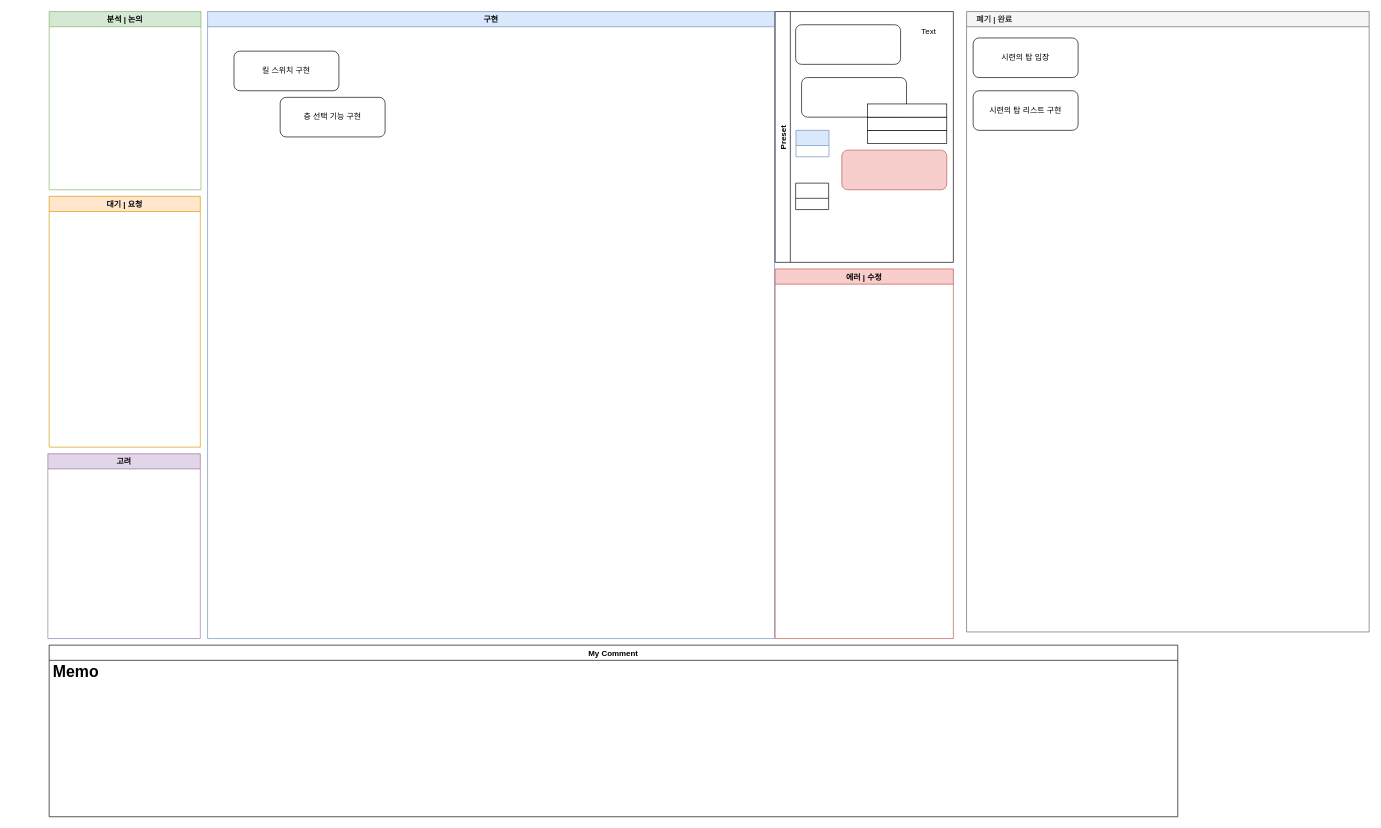
Before: 시련의 탑.drawio in Endorr/Job-Board, a draw.io diagram. Source tidied: cells renumbered, new cells numbered last; positions are measured from the earlier drawing's top-left corner, leaving out a move shared by most shapes. Both pictures are drawn from the tidied source at 66%, with x=0, y=0 at pixel (48, 11).
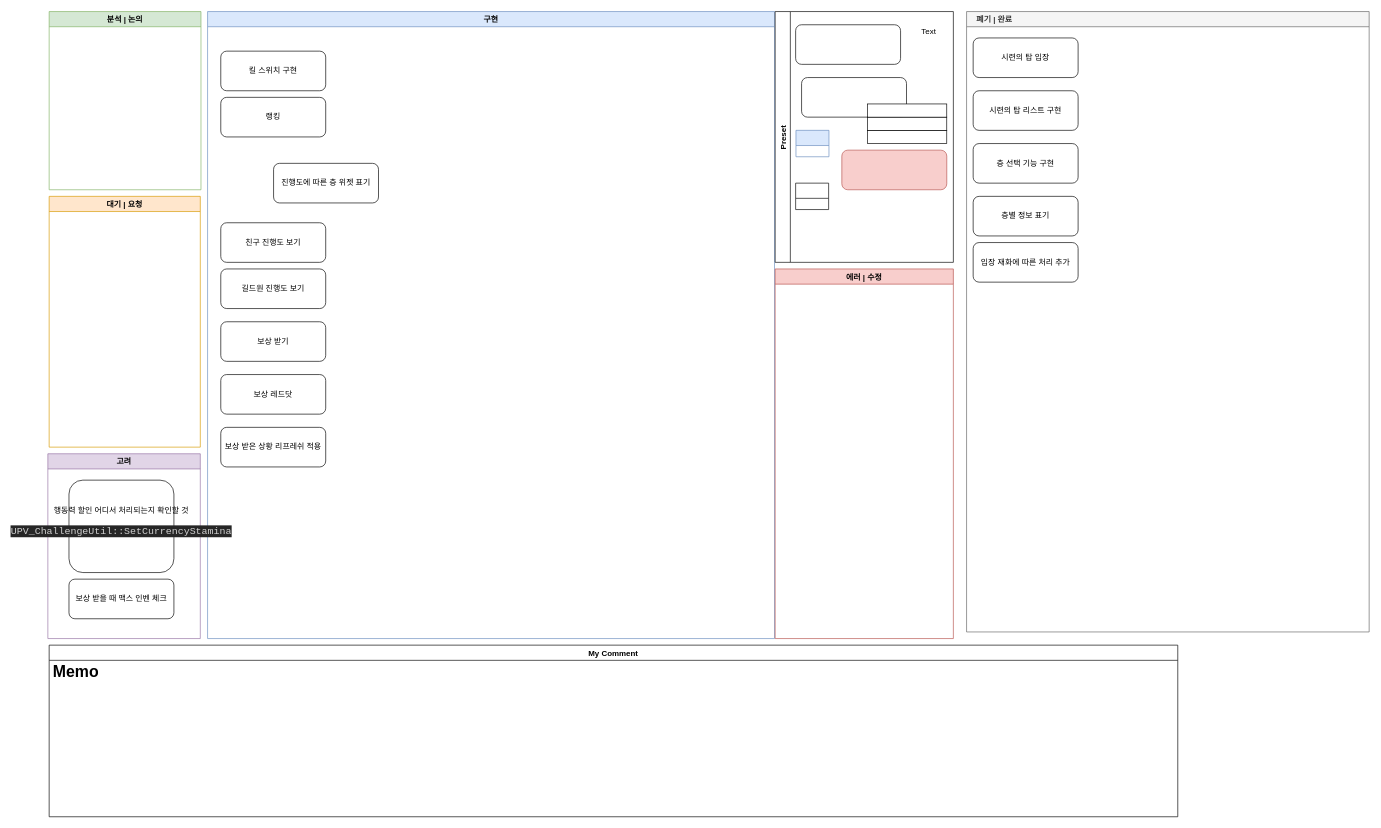
After the change.

Commit message:
시련의 탑.drawio 업데이트

Unchanged cells that the change refers to:
```xml
<mxCell id="2" value="구현" style="swimlane;fillColor=#dae8fc;strokeColor=#6c8ebf;" parent="1" vertex="1">
  <mxGeometry x="242" width="859" height="950" as="geometry" />
</mxCell>
<mxCell id="7" value="    폐기 | 완료" style="swimlane;strokeColor=#666666;fillColor=#f5f5f5;fontColor=#333333;align=left;" parent="1" vertex="1">
  <mxGeometry x="1392" width="610" height="940" as="geometry" />
</mxCell>
<mxCell id="12" value="고려" style="swimlane;fillColor=#e1d5e7;strokeColor=#9673a6;" parent="1" vertex="1">
  <mxGeometry y="670" width="231" height="280" as="geometry" />
</mxCell>
```

The edit, as a diff of the source:
```diff
@@
     <mxCell id="3" value="킬 스위치 구현" style="rounded=1;whiteSpace=wrap;html=1;" parent="2" vertex="1">
-      <mxGeometry x="40" y="60" width="159" height="60" as="geometry" />
+      <mxGeometry x="20" y="60" width="159" height="60" as="geometry" />
     </mxCell>
-    <mxCell id="4" value="층 선택 기능 구현" style="rounded=1;whiteSpace=wrap;html=1;" parent="2" vertex="1">
-      <mxGeometry x="110" y="130" width="159" height="60" as="geometry" />
-    </mxCell>
+    <mxCell id="25" value="랭킹" style="rounded=1;whiteSpace=wrap;html=1;" parent="2" vertex="1">
+      <mxGeometry x="20" y="130" width="159" height="60" as="geometry" />
+    </mxCell>
+    <mxCell id="26" value="친구 진행도 보기" style="rounded=1;whiteSpace=wrap;html=1;" parent="2" vertex="1">
+      <mxGeometry x="20" y="320" width="159" height="60" as="geometry" />
+    </mxCell>
+    <mxCell id="27" value="길드원 진행도 보기" style="rounded=1;whiteSpace=wrap;html=1;" parent="2" vertex="1">
+      <mxGeometry x="20" y="390" width="159" height="60" as="geometry" />
+    </mxCell>
+    <mxCell id="28" value="보상 받기" style="rounded=1;whiteSpace=wrap;html=1;" parent="2" vertex="1">
+      <mxGeometry x="20" y="470" width="159" height="60" as="geometry" />
+    </mxCell>
+    <mxCell id="29" value="보상 레드닷" style="rounded=1;whiteSpace=wrap;html=1;" parent="2" vertex="1">
+      <mxGeometry x="20" y="550" width="159" height="60" as="geometry" />
+    </mxCell>
+    <mxCell id="30" value="진행도에 따른 층 위젯 표기" style="rounded=1;whiteSpace=wrap;html=1;" parent="2" vertex="1">
+      <mxGeometry x="100" y="230" width="159" height="60" as="geometry" />
+    </mxCell>
+    <mxCell id="31" value="보상 받은 상황 리프레쉬 적용" style="rounded=1;whiteSpace=wrap;html=1;" parent="2" vertex="1">
+      <mxGeometry x="20" y="630" width="159" height="60" as="geometry" />
+    </mxCell>
@@
+    <mxCell id="4" value="층 선택 기능 구현" style="rounded=1;whiteSpace=wrap;html=1;" parent="7" vertex="1">
+      <mxGeometry x="10" y="200" width="159" height="60" as="geometry" />
+    </mxCell>
+    <mxCell id="32" value="층별 정보 표기" style="rounded=1;whiteSpace=wrap;html=1;" parent="7" vertex="1">
+      <mxGeometry x="10" y="280" width="159" height="60" as="geometry" />
+    </mxCell>
+    <mxCell id="33" value="입장 재화에 따른 처리 추가" style="rounded=1;whiteSpace=wrap;html=1;" parent="7" vertex="1">
+      <mxGeometry x="10" y="350" width="159" height="60" as="geometry" />
+    </mxCell>
@@
+    <mxCell id="34" value="행동력 할인 어디서 처리되는지 확인할 것&lt;br&gt;&lt;div style=&quot;background-color:#262626;color:#d0d0d0&quot;&gt;&lt;pre style=&quot;font-family:'JetBrains Mono',monospace;font-size:11.3pt;&quot;&gt;UPV_ChallengeUtil::SetCurrencyStamina&lt;/pre&gt;&lt;/div&gt;" style="rounded=1;whiteSpace=wrap;html=1;" parent="12" vertex="1">
+      <mxGeometry x="32" y="40" width="159" height="140" as="geometry" />
+    </mxCell>
+    <mxCell id="35" value="보상 받을 때 맥스 인벤 체크" style="rounded=1;whiteSpace=wrap;html=1;" parent="12" vertex="1">
+      <mxGeometry x="32" y="190" width="159" height="60" as="geometry" />
+    </mxCell>
```
